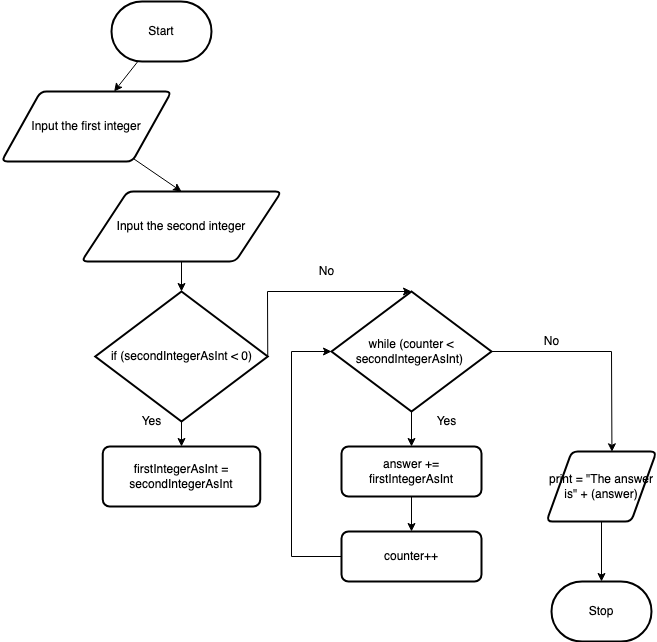
Earlier version of the draw.io export design/flow-chart.png (Kenny-Le-281/ICS2O-Unit5-06-HTML). Source tidied: cells renumbered, new cells last; positions are measured from the earlier drawing's top-left corner, leaving out a move shared by most shapes.
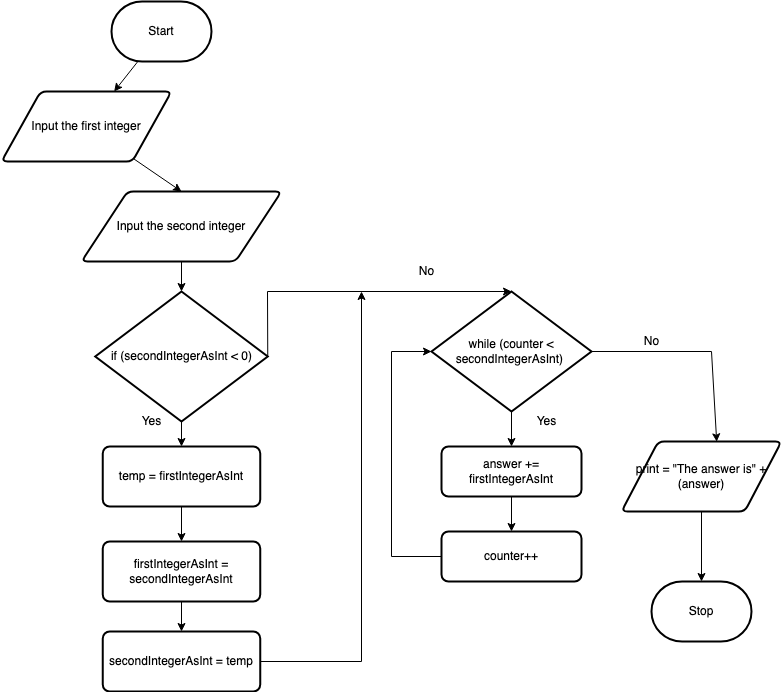
The same diagram one commit later.

Change to the diagram source:
```diff
@@ -26,18 +26,18 @@
     <mxCell id="9" style="edgeStyle=none;rounded=0;html=1;entryX=0.595;entryY=0.004;entryDx=0;entryDy=0;entryPerimeter=0;" parent="1" edge="1" source="10" target="12">
       <mxGeometry relative="1" as="geometry">
         <Array as="points">
-          <mxPoint x="610" y="350" />
+          <mxPoint x="710" y="350" />
         </Array>
       </mxGeometry>
     </mxCell>
     <mxCell id="10" value="&lt;div&gt;while (counter &amp;lt; secondIntegerAsInt)&amp;nbsp;&lt;/div&gt;" style="strokeWidth=2;html=1;shape=mxgraph.flowchart.decision;whiteSpace=wrap;" parent="1" vertex="1">
-      <mxGeometry x="330" y="290" width="160" height="120" as="geometry" />
+      <mxGeometry x="430" y="290" width="160" height="120" as="geometry" />
     </mxCell>
     <mxCell id="11" style="edgeStyle=none;rounded=0;html=1;entryX=0.5;entryY=0;entryDx=0;entryDy=0;entryPerimeter=0;" parent="1" edge="1" source="12" target="17">
       <mxGeometry relative="1" as="geometry" />
     </mxCell>
     <mxCell id="12" value="print = &quot;The answer is&quot; + (answer)" style="shape=parallelogram;html=1;strokeWidth=2;perimeter=parallelogramPerimeter;whiteSpace=wrap;rounded=1;arcSize=12;size=0.23;" parent="1" vertex="1">
-      <mxGeometry x="545" y="450" width="110" height="70" as="geometry" />
+      <mxGeometry x="620" y="440" width="160" height="70" as="geometry" />
     </mxCell>
     <mxCell id="13" style="edgeStyle=none;rounded=0;html=1;" parent="1" edge="1" source="15" target="16">
       <mxGeometry relative="1" as="geometry" />
@@ -52,40 +52,60 @@
     <mxCell id="15" value="if (secondIntegerAsInt &amp;lt; 0)" style="strokeWidth=2;html=1;shape=mxgraph.flowchart.decision;whiteSpace=wrap;" parent="1" vertex="1">
       <mxGeometry x="93.8" y="290" width="172.5" height="130" as="geometry" />
     </mxCell>
+    <mxCell id="26" style="edgeStyle=none;html=1;" parent="1" edge="1" source="16" target="28">
+      <mxGeometry relative="1" as="geometry" />
+    </mxCell>
-    <mxCell id="16" value="firstIntegerAsInt = secondIntegerAsInt" style="rounded=1;whiteSpace=wrap;html=1;absoluteArcSize=1;arcSize=14;strokeWidth=2;" parent="1" vertex="1">
+    <mxCell id="16" value="temp = firstIntegerAsInt" style="rounded=1;whiteSpace=wrap;html=1;absoluteArcSize=1;arcSize=14;strokeWidth=2;" parent="1" vertex="1">
       <mxGeometry x="101.2" y="445" width="157.5" height="60" as="geometry" />
     </mxCell>
     <mxCell id="17" value="Stop" style="strokeWidth=2;html=1;shape=mxgraph.flowchart.terminator;whiteSpace=wrap;" parent="1" vertex="1">
-      <mxGeometry x="550" y="580" width="100" height="60" as="geometry" />
+      <mxGeometry x="650" y="580" width="100" height="60" as="geometry" />
     </mxCell>
     <mxCell id="18" style="edgeStyle=none;html=1;rounded=0;entryX=0;entryY=0.5;entryDx=0;entryDy=0;entryPerimeter=0;" parent="1" edge="1" source="19" target="10">
       <mxGeometry relative="1" as="geometry">
         <Array as="points">
-          <mxPoint x="290" y="555" />
-          <mxPoint x="290" y="350" />
+          <mxPoint x="390" y="555" />
+          <mxPoint x="390" y="350" />
         </Array>
       </mxGeometry>
     </mxCell>
     <mxCell id="19" value="counter++" style="rounded=1;whiteSpace=wrap;html=1;absoluteArcSize=1;arcSize=14;strokeWidth=2;" parent="1" vertex="1">
-      <mxGeometry x="340" y="530" width="140" height="50" as="geometry" />
+      <mxGeometry x="440" y="530" width="140" height="50" as="geometry" />
     </mxCell>
     <mxCell id="20" style="edgeStyle=none;html=1;entryX=0.5;entryY=0;entryDx=0;entryDy=0;" parent="1" edge="1" source="21" target="19">
       <mxGeometry relative="1" as="geometry" />
     </mxCell>
     <mxCell id="21" value="answer += firstIntegerAsInt" style="rounded=1;whiteSpace=wrap;html=1;absoluteArcSize=1;arcSize=14;strokeWidth=2;" parent="1" vertex="1">
-      <mxGeometry x="340" y="445" width="140" height="50" as="geometry" />
+      <mxGeometry x="440" y="445" width="140" height="50" as="geometry" />
     </mxCell>
     <mxCell id="22" value="No" style="text;html=1;align=center;verticalAlign=middle;fillColor=none;strokeColor=none;rounded=0;" parent="1" vertex="1">
-      <mxGeometry x="535" y="330" width="30" height="20" as="geometry" />
+      <mxGeometry x="635" y="330" width="30" height="20" as="geometry" />
     </mxCell>
     <mxCell id="23" value="Yes" style="text;html=1;align=center;verticalAlign=middle;fillColor=none;strokeColor=none;rounded=0;" parent="1" vertex="1">
-      <mxGeometry x="425" y="410" width="40" height="20" as="geometry" />
+      <mxGeometry x="525" y="410" width="40" height="20" as="geometry" />
     </mxCell>
     <mxCell id="24" value="Yes" style="text;html=1;align=center;verticalAlign=middle;fillColor=none;strokeColor=none;rounded=0;" parent="1" vertex="1">
       <mxGeometry x="130" y="410" width="40" height="20" as="geometry" />
     </mxCell>
     <mxCell id="25" value="No" style="text;html=1;align=center;verticalAlign=middle;fillColor=none;strokeColor=none;rounded=0;" parent="1" vertex="1">
-      <mxGeometry x="310" y="260" width="30" height="20" as="geometry" />
+      <mxGeometry x="410" y="260" width="30" height="20" as="geometry" />
     </mxCell>
+    <mxCell id="27" style="edgeStyle=none;html=1;entryX=0.5;entryY=0;entryDx=0;entryDy=0;" parent="1" edge="1" source="28" target="30">
+      <mxGeometry relative="1" as="geometry" />
+    </mxCell>
+    <mxCell id="28" value="firstIntegerAsInt = secondIntegerAsInt" style="rounded=1;whiteSpace=wrap;html=1;absoluteArcSize=1;arcSize=14;strokeWidth=2;" parent="1" vertex="1">
+      <mxGeometry x="101.2" y="540" width="157.5" height="60" as="geometry" />
+    </mxCell>
+    <mxCell id="29" style="edgeStyle=none;html=1;exitX=1;exitY=0.5;exitDx=0;exitDy=0;rounded=0;" parent="1" edge="1" source="30">
+      <mxGeometry relative="1" as="geometry">
+        <mxPoint x="360" y="290" as="targetPoint" />
+        <Array as="points">
+          <mxPoint x="360" y="660" />
+        </Array>
+      </mxGeometry>
+    </mxCell>
+    <mxCell id="30" value="secondIntegerAsInt = temp" style="rounded=1;whiteSpace=wrap;html=1;absoluteArcSize=1;arcSize=14;strokeWidth=2;" parent="1" vertex="1">
+      <mxGeometry x="101.2" y="630" width="157.5" height="60" as="geometry" />
+    </mxCell>
   </root>
 </mxGraphModel>
```
